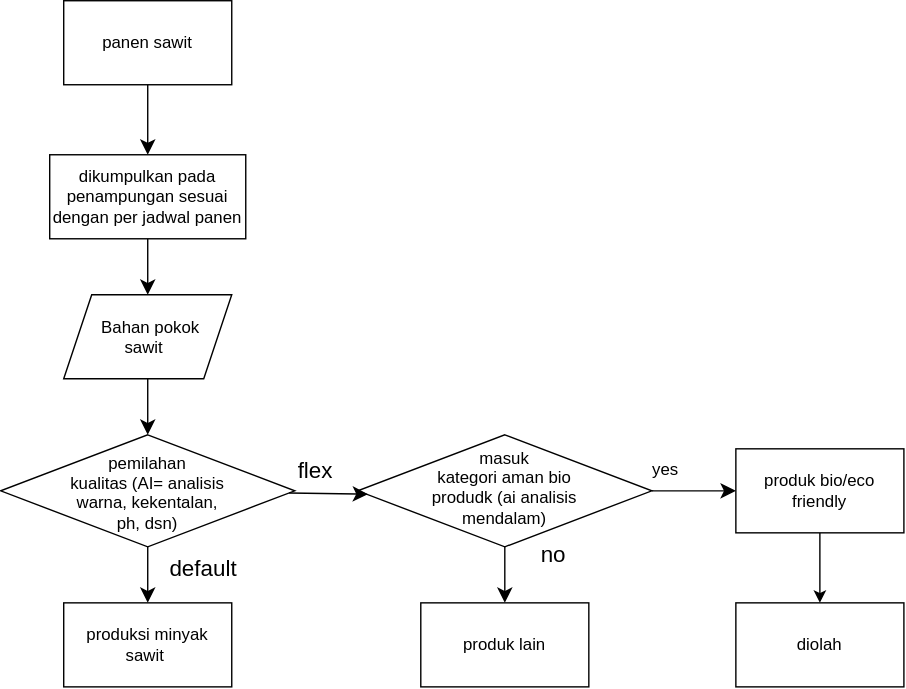
This is Diagram seluruh rangka project.drawio.svg from marrrinmarmar/sawight, a draw.io export, as it was before one commit. Source tidied: cells renumbered, new cells last; positions are measured from the earlier drawing's top-left corner, leaving out a move shared by most shapes.
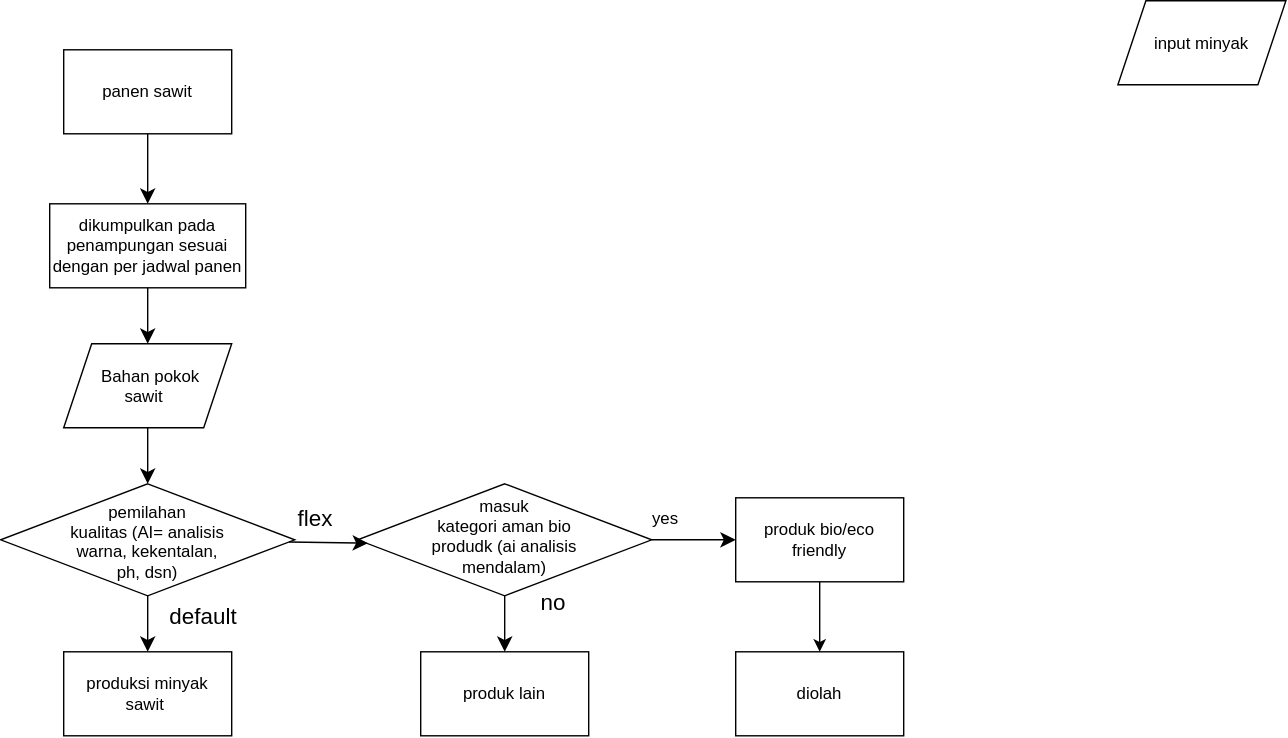
Above is the later version.

What changed in the source:
```diff
@@ -65,5 +65,8 @@
     <mxCell id="22" value="diolah" style="whiteSpace=wrap;html=1;" parent="1" vertex="1">
       <mxGeometry x="525" y="430" width="120" height="60" as="geometry" />
     </mxCell>
+    <mxCell id="23" value="input minyak" style="shape=parallelogram;perimeter=parallelogramPerimeter;whiteSpace=wrap;html=1;shapeInside=1;fixedSize=1;" parent="1" vertex="1">
+      <mxGeometry x="798" y="-35" width="120" height="60" as="geometry" />
+    </mxCell>
   </root>
 </mxGraphModel>
```
